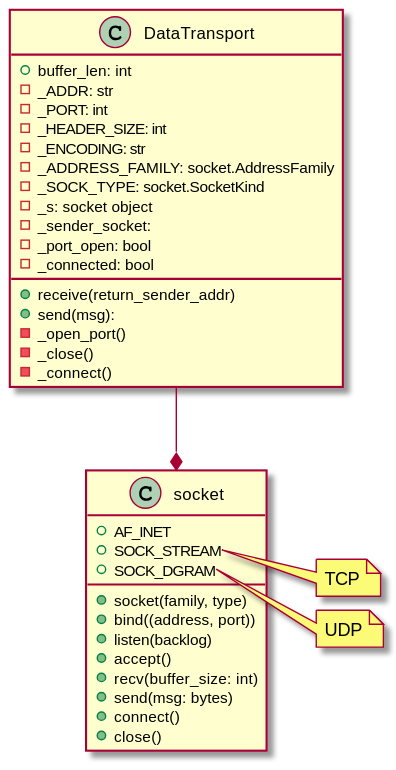
The PlantUML diagram shared_modules/data_transport/diagrams/class_diagram.svg in NielsDyrberg/Wireless_sound_zones, before a commit.
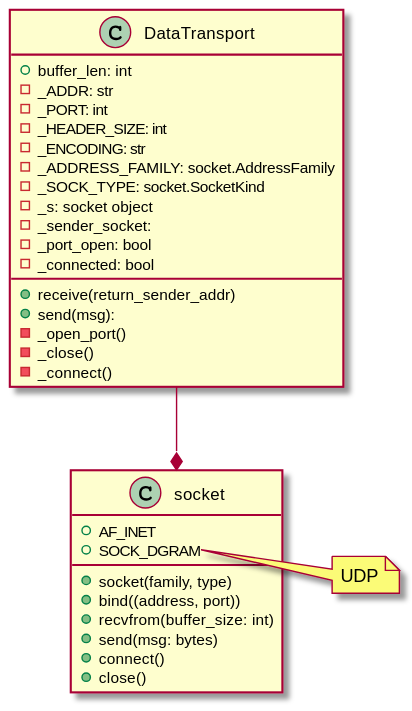
The same diagram one commit later.

What changed in the source:
```diff
@@ -24,22 +24,15 @@
 
 class socket {
     + AF_INET
-    + SOCK_STREAM
     + SOCK_DGRAM
 
     + socket(family, type)
     + bind((address, port))
-    + listen(backlog)
-    + accept()
-    + recv(buffer_size: int)
+    + recvfrom(buffer_size: int)
     + send(msg: bytes)
     + connect()
     + close()
 }
-
-note right of socket::SOCK_STREAM
-    TCP
-end note
 
 note right of socket::SOCK_DGRAM
     UDP
```
